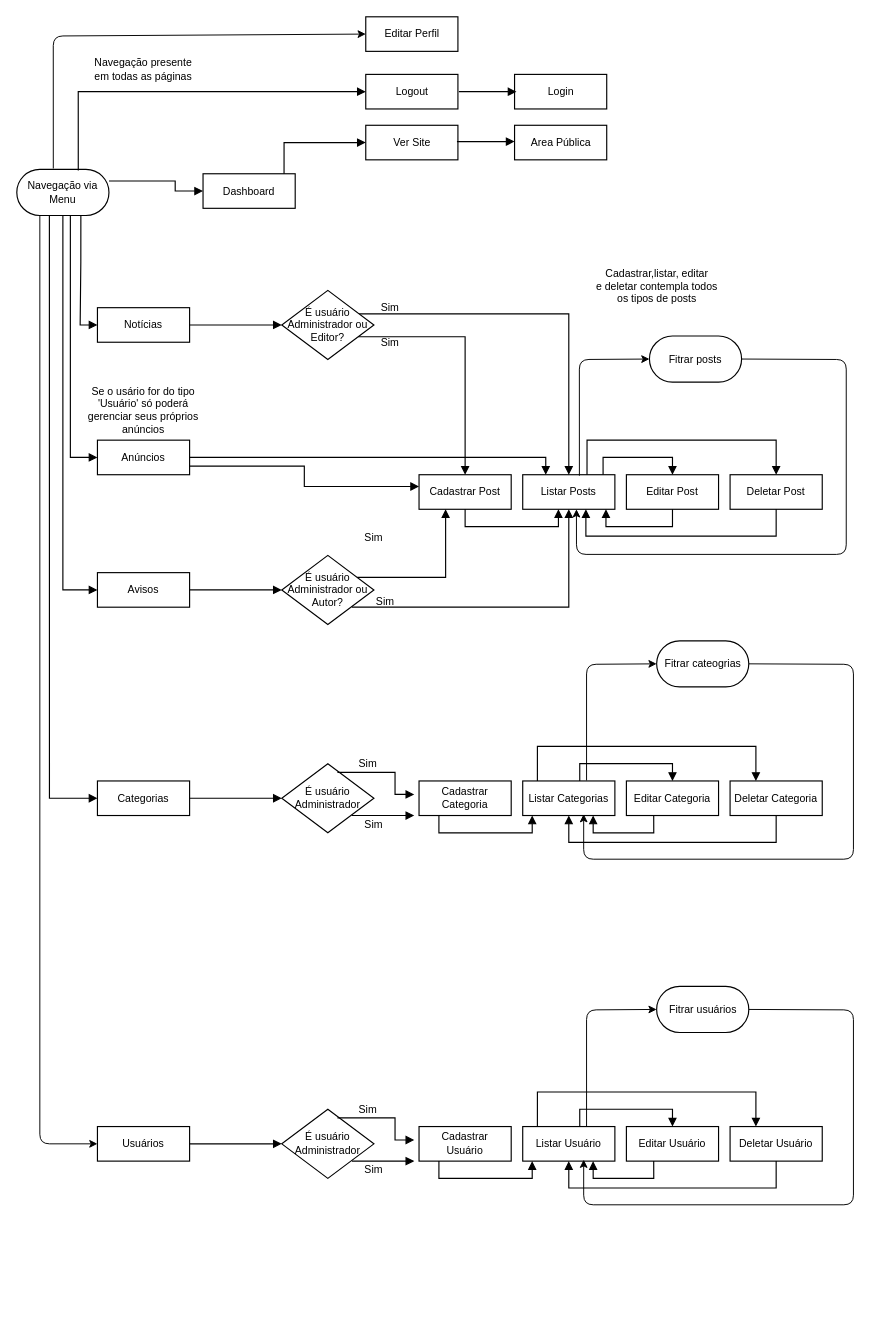
Before: extras/draw-io-admin.drawio in welisonmenezes/uniplac-digital, a draw.io diagram. Source tidied: cells renumbered, new cells numbered last; positions are measured from the earlier drawing's top-left corner, leaving out a move shared by most shapes. Both pictures are drawn from the tidied source at 96%, with x=0, y=0 at pixel (16, 16).
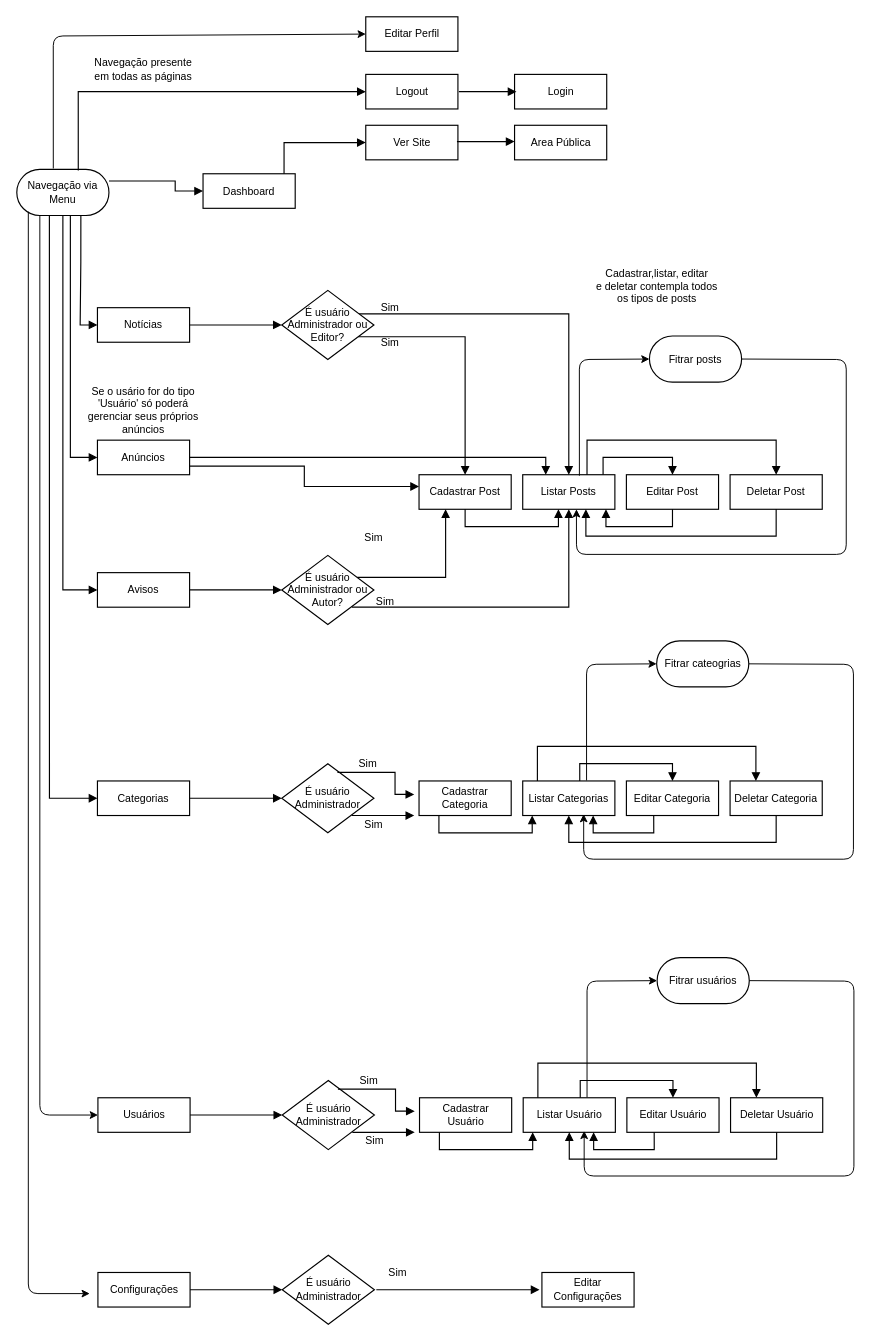
The same diagram, later.

Commit message (it also covers changes not shown here):
Add configurations to user admin jorney model

The change refers to these unchanged cells:
```xml
<mxCell id="2" value="Navegação via Menu" style="html=1;whiteSpace=wrap;rounded=1;arcSize=50;fontSize=11;fontColor=#000000;spacing=5;strokeOpacity=100;strokeWidth=1.2;" parent="1" vertex="1">
  <mxGeometry y="159" width="96" height="48" as="geometry" />
</mxCell>
```

What changed in the source:
```diff
@@
     <mxCell id="59" value="Usuários" style="html=1;whiteSpace=wrap;fontSize=11;fontColor=#000000;spacing=5;strokeOpacity=100;strokeWidth=1.2;" parent="1" vertex="1">
-      <mxGeometry x="84" y="1156" width="96" height="36" as="geometry" />
+      <mxGeometry x="84.5" y="1126" width="96" height="36" as="geometry" />
     </mxCell>
     <mxCell id="60" value="É usuário Administrador" style="html=1;whiteSpace=wrap;rhombus;fontSize=11;fontColor=#000000;spacing=5;strokeOpacity=100;strokeWidth=1.2;" parent="1" vertex="1">
-      <mxGeometry x="276" y="1138" width="96" height="72" as="geometry" />
+      <mxGeometry x="276.5" y="1108" width="96" height="72" as="geometry" />
     </mxCell>
@@
     <mxCell id="62" value="Cadastrar Usuário" style="html=1;whiteSpace=wrap;fontSize=11;fontColor=#000000;spacing=5;strokeOpacity=100;strokeWidth=1.2;" parent="1" vertex="1">
-      <mxGeometry x="419" y="1156" width="96" height="36" as="geometry" />
+      <mxGeometry x="419.5" y="1126" width="96" height="36" as="geometry" />
     </mxCell>
     <mxCell id="63" value="Listar Usuário" style="html=1;whiteSpace=wrap;fontSize=11;fontColor=#000000;spacing=5;strokeOpacity=100;strokeWidth=1.2;" parent="1" vertex="1">
-      <mxGeometry x="527" y="1156" width="96" height="36" as="geometry" />
+      <mxGeometry x="527.5" y="1126" width="96" height="36" as="geometry" />
     </mxCell>
     <mxCell id="64" value="Editar Usuário" style="html=1;whiteSpace=wrap;fontSize=11;fontColor=#000000;spacing=5;strokeOpacity=100;strokeWidth=1.2;" parent="1" vertex="1">
-      <mxGeometry x="635" y="1156" width="96" height="36" as="geometry" />
+      <mxGeometry x="635.5" y="1126" width="96" height="36" as="geometry" />
     </mxCell>
     <mxCell id="65" value="Deletar Usuário" style="html=1;whiteSpace=wrap;fontSize=11;fontColor=#000000;spacing=5;strokeOpacity=100;strokeWidth=1.2;" parent="1" vertex="1">
-      <mxGeometry x="743" y="1156" width="96" height="36" as="geometry" />
+      <mxGeometry x="743.5" y="1126" width="96" height="36" as="geometry" />
     </mxCell>
     <mxCell id="66" style="html=1;jettySize=18;fontSize=11;strokeWidth=1.2;rounded=1;arcSize=0;edgeStyle=elbowEdgeStyle;startArrow=none;endArrow=block;endFill=1;" parent="1" edge="1">
       <mxGeometry relative="1" as="geometry">
-        <mxPoint x="334" y="1147" as="sourcePoint" />
-        <mxPoint x="414" y="1170" as="targetPoint" />
+        <mxPoint x="334.5" y="1117" as="sourcePoint" />
+        <mxPoint x="414.5" y="1140" as="targetPoint" />
         <Array as="points">
-          <mxPoint x="394" y="1150" />
-          <mxPoint x="424" y="1140" />
+          <mxPoint x="394.5" y="1120" />
+          <mxPoint x="424.5" y="1110" />
         </Array>
       </mxGeometry>
     </mxCell>
     <mxCell id="67" style="html=1;jettySize=18;fontSize=11;strokeWidth=1.2;rounded=1;arcSize=0;edgeStyle=elbowEdgeStyle;startArrow=none;endArrow=block;endFill=1;" parent="1" edge="1">
       <mxGeometry relative="1" as="geometry">
-        <mxPoint x="349" y="1192" as="sourcePoint" />
-        <mxPoint x="414" y="1192" as="targetPoint" />
+        <mxPoint x="349.5" y="1162" as="sourcePoint" />
+        <mxPoint x="414.5" y="1162" as="targetPoint" />
         <Array as="points">
-          <mxPoint x="374" y="1210" />
-          <mxPoint x="394" y="1230" />
+          <mxPoint x="374.5" y="1180" />
+          <mxPoint x="394.5" y="1200" />
         </Array>
       </mxGeometry>
     </mxCell>
@@
     <mxCell id="71" style="html=1;jettySize=18;fontSize=11;strokeWidth=1.2;rounded=1;arcSize=0;edgeStyle=orthogonalEdgeStyle;startArrow=none;endArrow=block;endFill=1;exitX=0.14791666666666642;exitY=-0.016666666666666607;exitPerimeter=1;entryX=0.2729166666666671;entryY=-0.016666666666666725;entryPerimeter=1;" parent="1" edge="1" source="63" target="65">
       <mxGeometry relative="1" as="geometry">
         <Array as="points">
-          <mxPoint x="542" y="1120" />
-          <mxPoint x="770" y="1120" />
+          <mxPoint x="542.5" y="1090" />
+          <mxPoint x="770.5" y="1090" />
         </Array>
       </mxGeometry>
     </mxCell>
     <mxCell id="72" style="html=1;jettySize=18;fontSize=11;strokeWidth=1.2;rounded=1;arcSize=0;edgeStyle=orthogonalEdgeStyle;startArrow=none;endArrow=block;endFill=1;exitX=0.5;exitY=1.0166666666666666;exitPerimeter=1;entryX=0.5;entryY=1.0166666666666666;entryPerimeter=1;" parent="1" edge="1" source="65" target="63">
       <mxGeometry relative="1" as="geometry">
         <Array as="points">
-          <mxPoint x="791" y="1220" />
-          <mxPoint x="575" y="1220" />
+          <mxPoint x="791.5" y="1190" />
+          <mxPoint x="575.5" y="1190" />
         </Array>
       </mxGeometry>
     </mxCell>
     <mxCell id="73" value="Sim" style="html=1;whiteSpace=wrap;fontSize=11;fontColor=#000000;spacing=5;strokeOpacity=0;fillOpacity=0;fillColor=#ffffff;strokeWidth=1.2;" parent="1" vertex="1">
-      <mxGeometry x="294" y="1129" width="144" height="18" as="geometry" />
+      <mxGeometry x="294.5" y="1099" width="144" height="18" as="geometry" />
     </mxCell>
     <mxCell id="74" value="Sim" style="html=1;whiteSpace=wrap;fontSize=11;fontColor=#000000;spacing=5;strokeOpacity=0;fillOpacity=0;fillColor=#ffffff;strokeWidth=1.2;" parent="1" vertex="1">
-      <mxGeometry x="300" y="1192" width="144" height="18" as="geometry" />
+      <mxGeometry x="300.5" y="1162" width="144" height="18" as="geometry" />
     </mxCell>
     <mxCell id="75" style="endArrow=classic;html=1;entryX=0;entryY=0.5;entryDx=0;entryDy=0;exitX=0.25;exitY=1;exitDx=0;exitDy=0;" parent="1" edge="1" source="2" target="59">
       <mxGeometry relative="1" as="geometry">
         <Array as="points">
-          <mxPoint x="24" y="1174" />
+          <mxPoint x="24" y="1144" />
         </Array>
       </mxGeometry>
     </mxCell>
@@
     <mxCell id="87" value="Fitrar usuários" style="html=1;whiteSpace=wrap;rounded=1;arcSize=50;fontSize=11;fontColor=#000000;spacing=5;strokeOpacity=100;strokeWidth=1.2;" parent="1" vertex="1">
-      <mxGeometry x="666.5" y="1010" width="96" height="48" as="geometry" />
+      <mxGeometry x="667" y="980" width="96" height="48" as="geometry" />
     </mxCell>
     <mxCell id="88" style="endArrow=classic;html=1;entryX=0;entryY=0.5;entryDx=0;entryDy=0;exitX=0.615;exitY=0.028;exitDx=0;exitDy=0;exitPerimeter=0;" parent="1" edge="1" target="87">
       <mxGeometry relative="1" as="geometry">
-        <mxPoint x="593.5" y="1155.5" as="sourcePoint" />
+        <mxPoint x="594" y="1125.5" as="sourcePoint" />
         <Array as="points">
-          <mxPoint x="593.5" y="1034.5" />
+          <mxPoint x="594" y="1004.5" />
         </Array>
       </mxGeometry>
     </mxCell>
     <mxCell id="89" style="endArrow=classic;html=1;exitX=1;exitY=0.5;exitDx=0;exitDy=0;entryX=0.583;entryY=1;entryDx=0;entryDy=0;entryPerimeter=0;" parent="1" edge="1" source="87">
       <mxGeometry relative="1" as="geometry">
-        <mxPoint x="590.5" y="1190.5" as="targetPoint" />
+        <mxPoint x="591" y="1160.5" as="targetPoint" />
         <Array as="points">
-          <mxPoint x="871.5" y="1034.5" />
-          <mxPoint x="871.5" y="1237.5" />
-          <mxPoint x="590.5" y="1237.5" />
+          <mxPoint x="872" y="1004.5" />
+          <mxPoint x="872" y="1207.5" />
+          <mxPoint x="591" y="1207.5" />
         </Array>
       </mxGeometry>
     </mxCell>
+    <mxCell id="90" value="Configurações" style="html=1;whiteSpace=wrap;fontSize=11;fontColor=#000000;spacing=5;strokeOpacity=100;strokeWidth=1.2;" parent="1" vertex="1">
+      <mxGeometry x="84.5" y="1308" width="96" height="36" as="geometry" />
+    </mxCell>
+    <mxCell id="91" value="É usuário Administrador" style="html=1;whiteSpace=wrap;rhombus;fontSize=11;fontColor=#000000;spacing=5;strokeOpacity=100;strokeWidth=1.2;" parent="1" vertex="1">
+      <mxGeometry x="276.5" y="1290" width="96" height="72" as="geometry" />
+    </mxCell>
+    <mxCell id="92" style="html=1;jettySize=18;fontSize=11;strokeWidth=1.2;rounded=1;arcSize=0;edgeStyle=orthogonalEdgeStyle;startArrow=none;endArrow=block;endFill=1;exitX=1.00625;exitY=0.5;exitPerimeter=1;entryX=-0.010416666666666696;entryY=0.5;entryPerimeter=1;" parent="1" edge="1" source="90" target="91">
+      <mxGeometry relative="1" as="geometry" />
+    </mxCell>
+    <mxCell id="93" value="Editar Configurações" style="html=1;whiteSpace=wrap;fontSize=11;fontColor=#000000;spacing=5;strokeOpacity=100;strokeWidth=1.2;" parent="1" vertex="1">
+      <mxGeometry x="547" y="1308" width="96" height="36" as="geometry" />
+    </mxCell>
+    <mxCell id="94" style="html=1;jettySize=18;fontSize=11;strokeWidth=1.2;rounded=1;arcSize=0;edgeStyle=elbowEdgeStyle;startArrow=none;endArrow=block;endFill=1;" parent="1" edge="1">
+      <mxGeometry relative="1" as="geometry">
+        <mxPoint x="374.5" y="1326" as="sourcePoint" />
+        <mxPoint x="544.5" y="1326" as="targetPoint" />
+        <Array as="points">
+          <mxPoint x="404.5" y="1341" />
+          <mxPoint x="394.5" y="1382" />
+        </Array>
+      </mxGeometry>
+    </mxCell>
+    <mxCell id="95" value="Sim" style="html=1;whiteSpace=wrap;fontSize=11;fontColor=#000000;spacing=5;strokeOpacity=0;fillOpacity=0;fillColor=#ffffff;strokeWidth=1.2;" parent="1" vertex="1">
+      <mxGeometry x="325.5" y="1299" width="142" height="18" as="geometry" />
+    </mxCell>
+    <mxCell id="96" style="endArrow=classic;html=1;exitX=0.125;exitY=0.917;exitDx=0;exitDy=0;exitPerimeter=0;" parent="1" edge="1" source="2">
+      <mxGeometry relative="1" as="geometry">
+        <mxPoint x="76" y="1330" as="targetPoint" />
+        <Array as="points">
+          <mxPoint x="12" y="1330" />
+        </Array>
+      </mxGeometry>
+    </mxCell>
```
